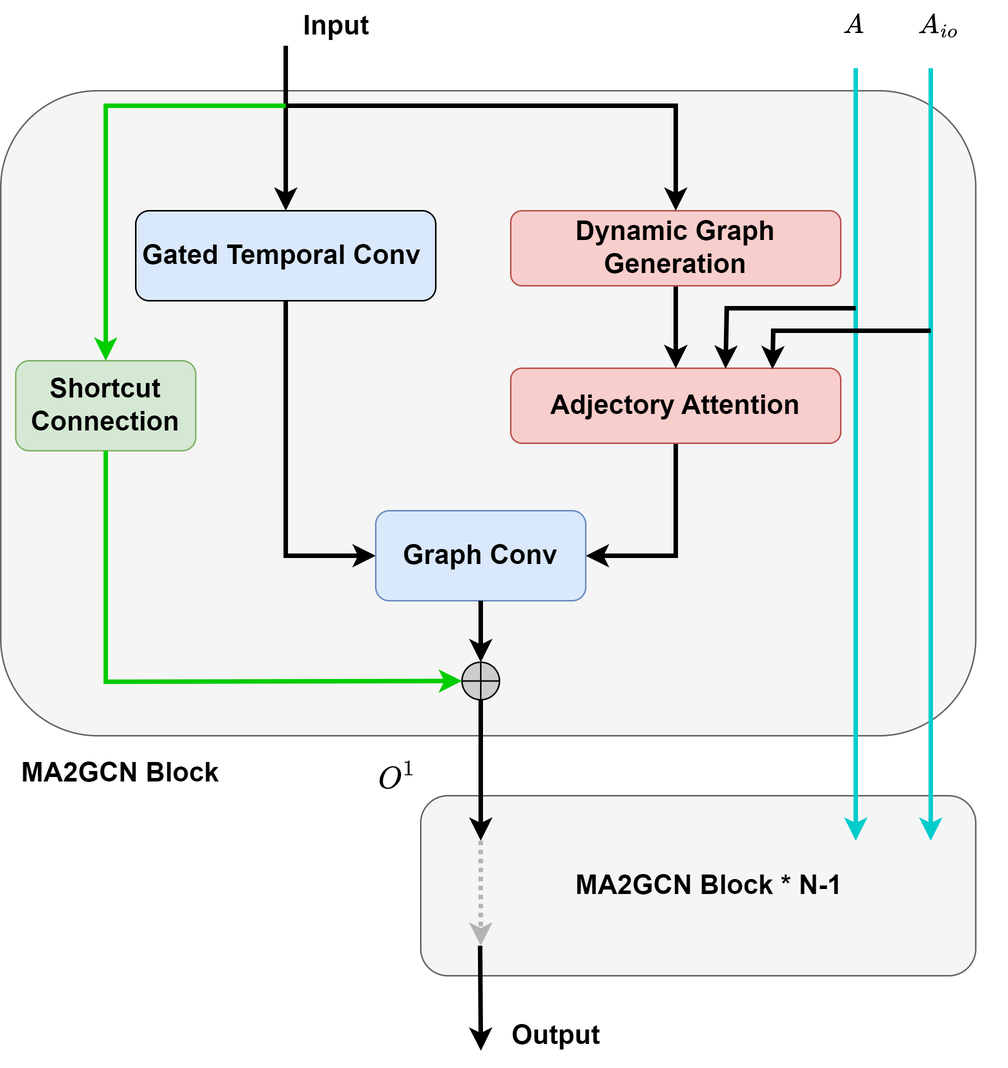
Before: imgs/arch.png, a diagram exported from draw.io (zachysun/Taxi_Traffic_Benchmark). Source tidied: cells renumbered, new cells last; positions are measured from the earlier drawing's top-left corner, leaving out a move shared by most shapes.
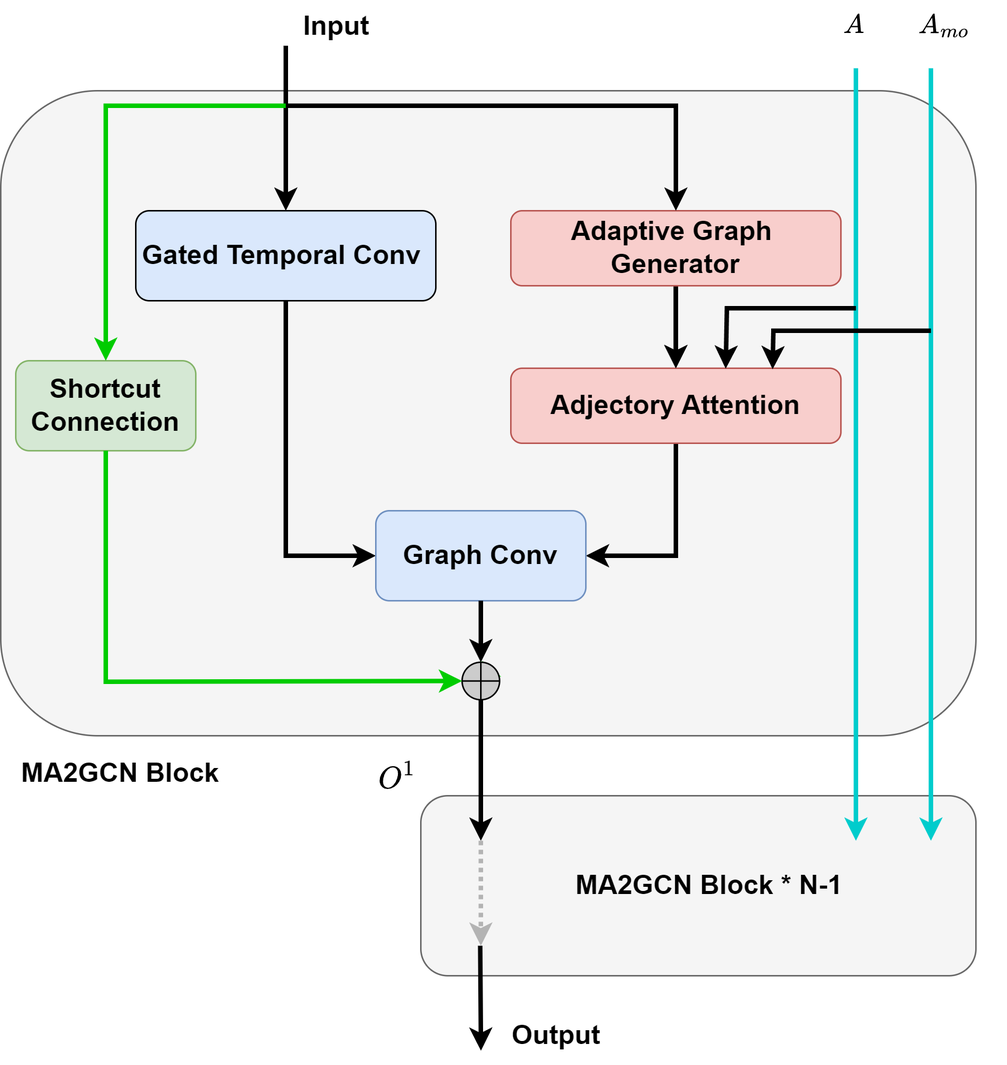
After the commit.

The edit, as a diff of the source:
```diff
@@ -41,7 +41,7 @@
     <mxCell id="12" style="edgeStyle=orthogonalEdgeStyle;rounded=0;jettySize=auto;html=1;strokeWidth=3;fontSize=18;" parent="1" edge="1" source="13" target="10">
       <mxGeometry relative="1" as="geometry" />
     </mxCell>
-    <mxCell id="13" value="&lt;b&gt;&lt;font style=&quot;font-size: 18px;&quot;&gt;Dynamic Graph Generation&lt;/font&gt;&lt;/b&gt;" style="rounded=1;whiteSpace=wrap;html=1;glass=0;fontSize=16;fillColor=#f8cecc;strokeColor=#b85450;" parent="1" vertex="1">
+    <mxCell id="13" value="&lt;b&gt;&lt;font style=&quot;font-size: 18px;&quot;&gt;&lt;b&gt;Adaptive&amp;nbsp;Graph&amp;nbsp;&lt;br&gt;&lt;/b&gt;Generator&lt;/font&gt;&lt;/b&gt;" style="rounded=1;whiteSpace=wrap;html=1;glass=0;fontSize=16;fillColor=#f8cecc;strokeColor=#b85450;" parent="1" vertex="1">
       <mxGeometry x="340" y="140" width="220" height="50" as="geometry" />
     </mxCell>
     <mxCell id="14" value="&lt;b&gt;&lt;font style=&quot;font-size: 18px;&quot;&gt;Graph Conv&lt;/font&gt;&lt;/b&gt;" style="rounded=1;whiteSpace=wrap;html=1;glass=0;fontSize=16;fillColor=#dae8fc;strokeColor=#6c8ebf;" parent="1" vertex="1">
@@ -50,7 +50,7 @@
     <mxCell id="15" value="&lt;font style=&quot;font-size: 18px;&quot;&gt;$$&lt;br&gt;{O^1}&lt;br&gt;$$&lt;/font&gt;" style="text;whiteSpace=wrap;html=1;fontSize=16;" parent="1" vertex="1">
       <mxGeometry x="250" y="500" width="50" height="50" as="geometry" />
     </mxCell>
-    <mxCell id="16" value="&lt;font style=&quot;font-size: 16px;&quot;&gt;$$&lt;br&gt;A_{io}&lt;br&gt;$$&lt;/font&gt;" style="text;whiteSpace=wrap;html=1;fontSize=10;" parent="1" vertex="1">
+    <mxCell id="16" value="&lt;font style=&quot;font-size: 16px;&quot;&gt;$$&lt;br&gt;A_{mo}&lt;br&gt;$$&lt;/font&gt;" style="text;whiteSpace=wrap;html=1;fontSize=10;" parent="1" vertex="1">
       <mxGeometry x="610" width="60" height="60" as="geometry" />
     </mxCell>
     <mxCell id="17" value="&lt;font style=&quot;font-size: 16px;&quot;&gt;$$&lt;br&gt;A&lt;br&gt;$$&lt;/font&gt;" style="text;whiteSpace=wrap;html=1;fontSize=14;" parent="1" vertex="1">
```
